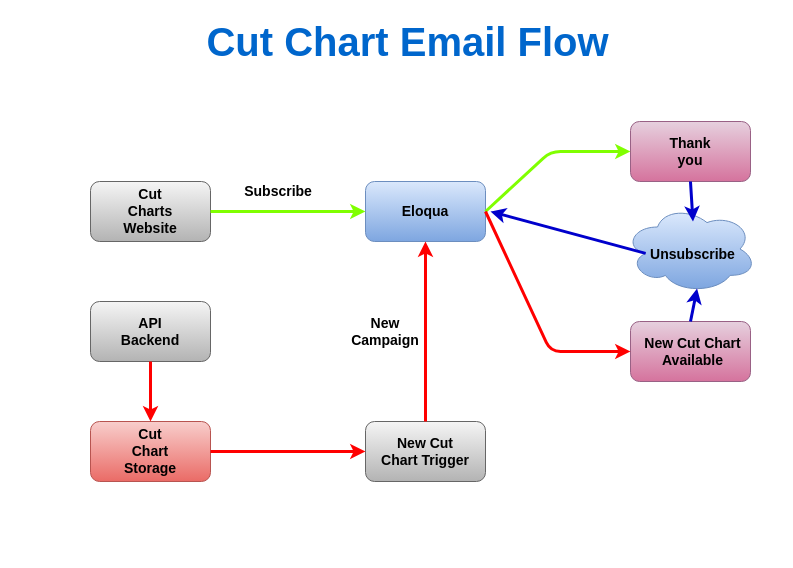
This is .github/Cut Chart Email Flow.drawio from CoreyB26/samples, a draw.io file, before an edit. Source tidied: cells renumbered, new cells numbered last; positions are measured from the earlier drawing's top-left corner, leaving out a move shared by most shapes. Both pictures are drawn from the tidied source at 100%, with x=0, y=0 at pixel (40, 31).
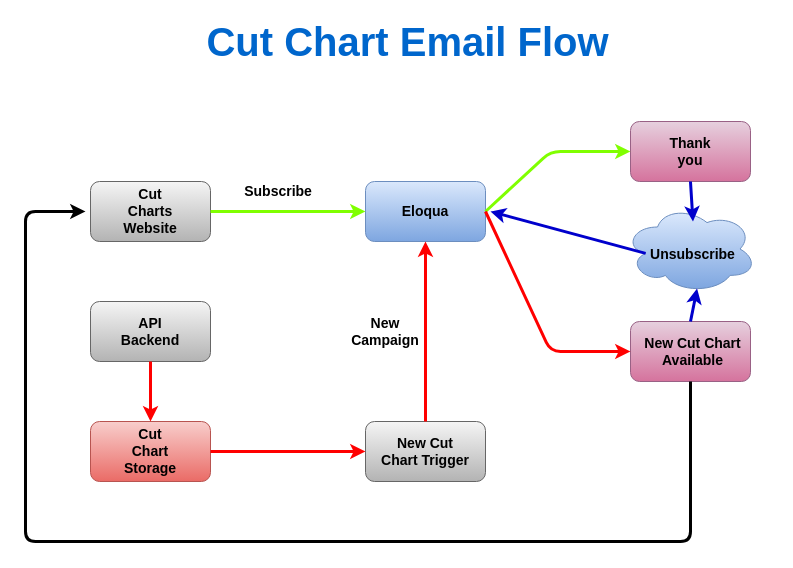
After the change.

The change refers to these unchanged cells:
```xml
<mxCell id="21" style="rounded=1;whiteSpace=wrap;html=1;fontSize=14;gradientColor=#d5739d;fillColor=#e6d0de;strokeColor=#996185;" parent="1" vertex="1">
  <mxGeometry x="590" y="290" width="120" height="60" as="geometry" />
</mxCell>
```

The edit, as a diff of the source:
```diff
@@
+    <mxCell id="30" style="endArrow=classic;html=1;exitX=0.5;exitY=1;exitDx=0;exitDy=0;strokeWidth=3;" parent="1" edge="1" source="21">
+      <mxGeometry relative="1" as="geometry">
+        <mxPoint x="45" y="180" as="targetPoint" />
+        <Array as="points">
+          <mxPoint x="650" y="510" />
+          <mxPoint x="-15" y="510" />
+          <mxPoint x="-15" y="180" />
+        </Array>
+      </mxGeometry>
+    </mxCell>
```
